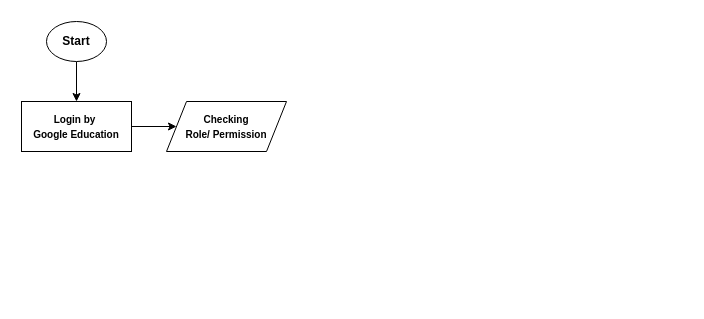
Above: ConclusionsManaged.drawio in Flax22/Flax22 (draw.io), before the change. Source tidied: cells renumbered, new cells numbered last; positions are measured from the earlier drawing's top-left corner, leaving out a move shared by most shapes. Both pictures are drawn from the tidied source at 100%, with x=0, y=0 at pixel (21, 21).
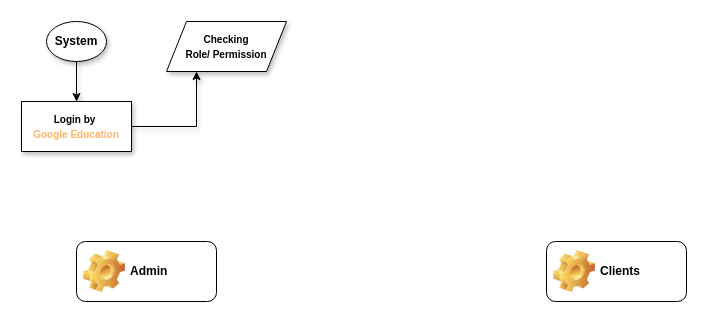
Above is the later version.

Diff of the diagram source:
```diff
@@
 <mxGraphModel>
   <root>
     <mxCell id="0" />
     <mxCell id="1" parent="0" />
-    <mxCell id="2" style="edgeStyle=orthogonalEdgeStyle;rounded=0;jettySize=auto;html=1;exitX=0.5;exitY=1;exitDx=0;exitDy=0;entryX=0.5;entryY=0;entryDx=0;entryDy=0;" parent="1" edge="1" source="3" target="5">
+    <mxCell id="2" style="edgeStyle=orthogonalEdgeStyle;rounded=0;jettySize=auto;html=1;exitX=0.5;exitY=1;exitDx=0;exitDy=0;entryX=0.5;entryY=0;entryDx=0;entryDy=0;shadow=1;" parent="1" edge="1" source="3" target="5">
       <mxGeometry relative="1" as="geometry" />
     </mxCell>
-    <mxCell id="3" value="&lt;b&gt;Start&lt;/b&gt;" style="ellipse;whiteSpace=wrap;html=1;" parent="1" vertex="1">
+    <mxCell id="3" value="&lt;b&gt;System&lt;/b&gt;" style="ellipse;whiteSpace=wrap;html=1;shadow=1;" parent="1" vertex="1">
       <mxGeometry x="25" width="60" height="40" as="geometry" />
     </mxCell>
-    <mxCell id="4" style="edgeStyle=orthogonalEdgeStyle;rounded=0;jettySize=auto;html=1;exitX=1;exitY=0.5;exitDx=0;exitDy=0;entryX=0;entryY=0.5;entryDx=0;entryDy=0;" parent="1" edge="1" source="5" target="6">
+    <mxCell id="4" style="edgeStyle=orthogonalEdgeStyle;rounded=0;jettySize=auto;html=1;exitX=1;exitY=0.5;exitDx=0;exitDy=0;entryX=0.25;entryY=1;entryDx=0;entryDy=0;shadow=1;" parent="1" edge="1" source="5" target="6">
       <mxGeometry relative="1" as="geometry" />
     </mxCell>
-    <mxCell id="5" value="&lt;b&gt;&lt;font style=&quot;font-size: 10px;&quot;&gt;Login by&amp;nbsp;&lt;/font&gt;&lt;/b&gt;&lt;div&gt;&lt;b&gt;&lt;font style=&quot;font-size: 10px;&quot;&gt;Google Education&lt;/font&gt;&lt;/b&gt;&lt;/div&gt;" style="shape=process;whiteSpace=wrap;html=1;backgroundOutline=1;size=0;" parent="1" vertex="1">
+    <mxCell id="5" value="&lt;b&gt;&lt;font style=&quot;font-size: 10px;&quot;&gt;Login by&amp;nbsp;&lt;/font&gt;&lt;/b&gt;&lt;div&gt;&lt;b&gt;&lt;font style=&quot;font-size: 10px; color: rgb(255, 179, 102);&quot;&gt;Google Education&lt;/font&gt;&lt;/b&gt;&lt;/div&gt;" style="shape=process;whiteSpace=wrap;html=1;backgroundOutline=1;size=0;shadow=1;" parent="1" vertex="1">
       <mxGeometry y="80" width="110" height="50" as="geometry" />
     </mxCell>
-    <mxCell id="6" value="&lt;b&gt;&lt;font style=&quot;font-size: 10px;&quot;&gt;Checking&lt;/font&gt;&lt;/b&gt;&lt;div&gt;&lt;b&gt;&lt;font style=&quot;font-size: 10px;&quot;&gt;Role/ Permission&lt;/font&gt;&lt;/b&gt;&lt;/div&gt;" style="shape=parallelogram;perimeter=parallelogramPerimeter;whiteSpace=wrap;html=1;fixedSize=1;" parent="1" vertex="1">
-      <mxGeometry x="145" y="80" width="120" height="50" as="geometry" />
+    <mxCell id="6" value="&lt;b&gt;&lt;font style=&quot;font-size: 10px;&quot;&gt;Checking&lt;/font&gt;&lt;/b&gt;&lt;div&gt;&lt;b&gt;&lt;font style=&quot;font-size: 10px;&quot;&gt;Role/ Permission&lt;/font&gt;&lt;/b&gt;&lt;/div&gt;" style="shape=parallelogram;perimeter=parallelogramPerimeter;whiteSpace=wrap;html=1;fixedSize=1;shadow=1;" parent="1" vertex="1">
+      <mxGeometry x="145" width="120" height="50" as="geometry" />
     </mxCell>
+    <mxCell id="7" value="Admin" style="label;whiteSpace=wrap;html=1;image=img/clipart/Gear_128x128.png;" parent="1" vertex="1">
+      <mxGeometry x="55" y="220" width="140" height="60" as="geometry" />
+    </mxCell>
+    <mxCell id="8" value="Clients" style="label;whiteSpace=wrap;html=1;image=img/clipart/Gear_128x128.png;" parent="1" vertex="1">
+      <mxGeometry x="525" y="220" width="140" height="60" as="geometry" />
+    </mxCell>
   </root>
 </mxGraphModel>
```
